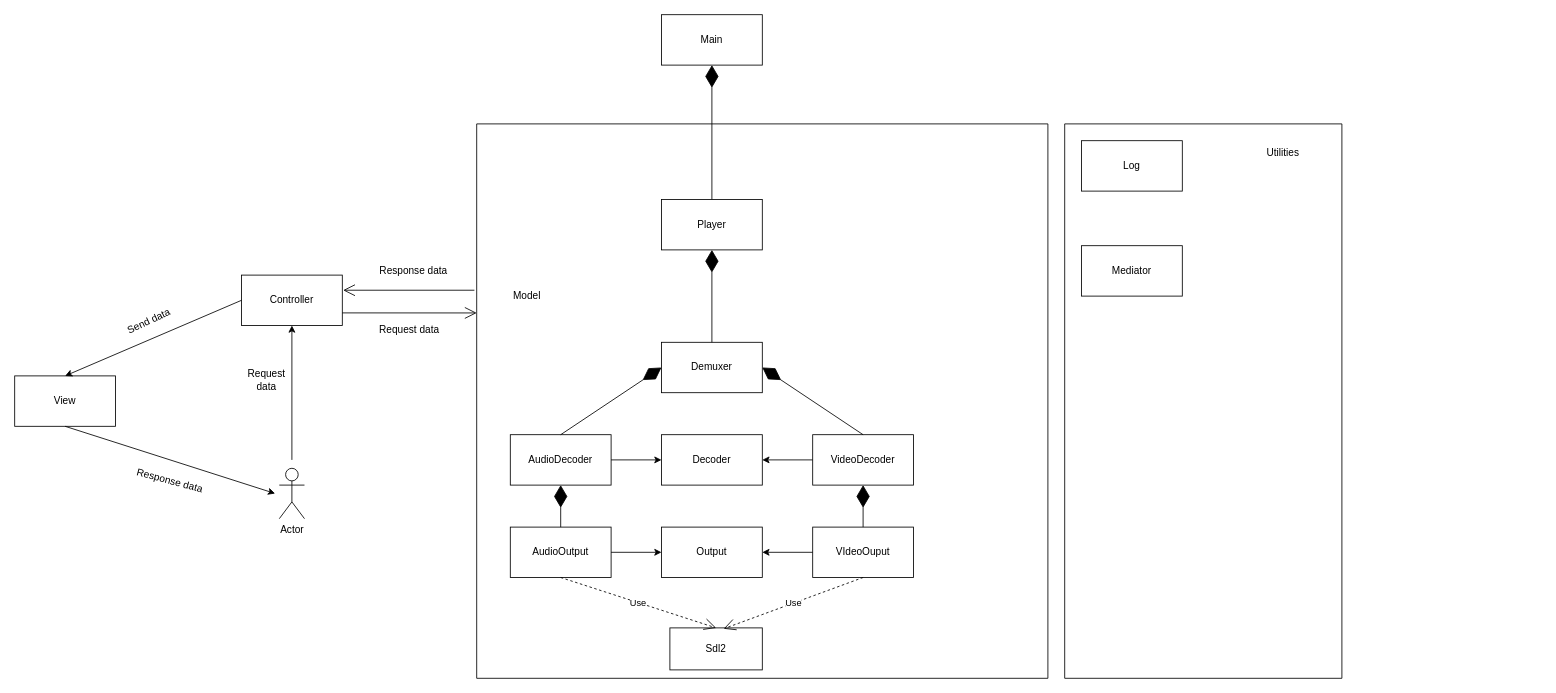
The draw.io diagram document/detail_design.drawio in Huuloc101010/MediaPlayer, before the edit. Source tidied: cells renumbered, new cells numbered last; positions are measured from the earlier drawing's top-left corner, leaving out a move shared by most shapes. Both pictures are drawn from the tidied source at 84%, with x=0, y=0 at pixel (14, 14).
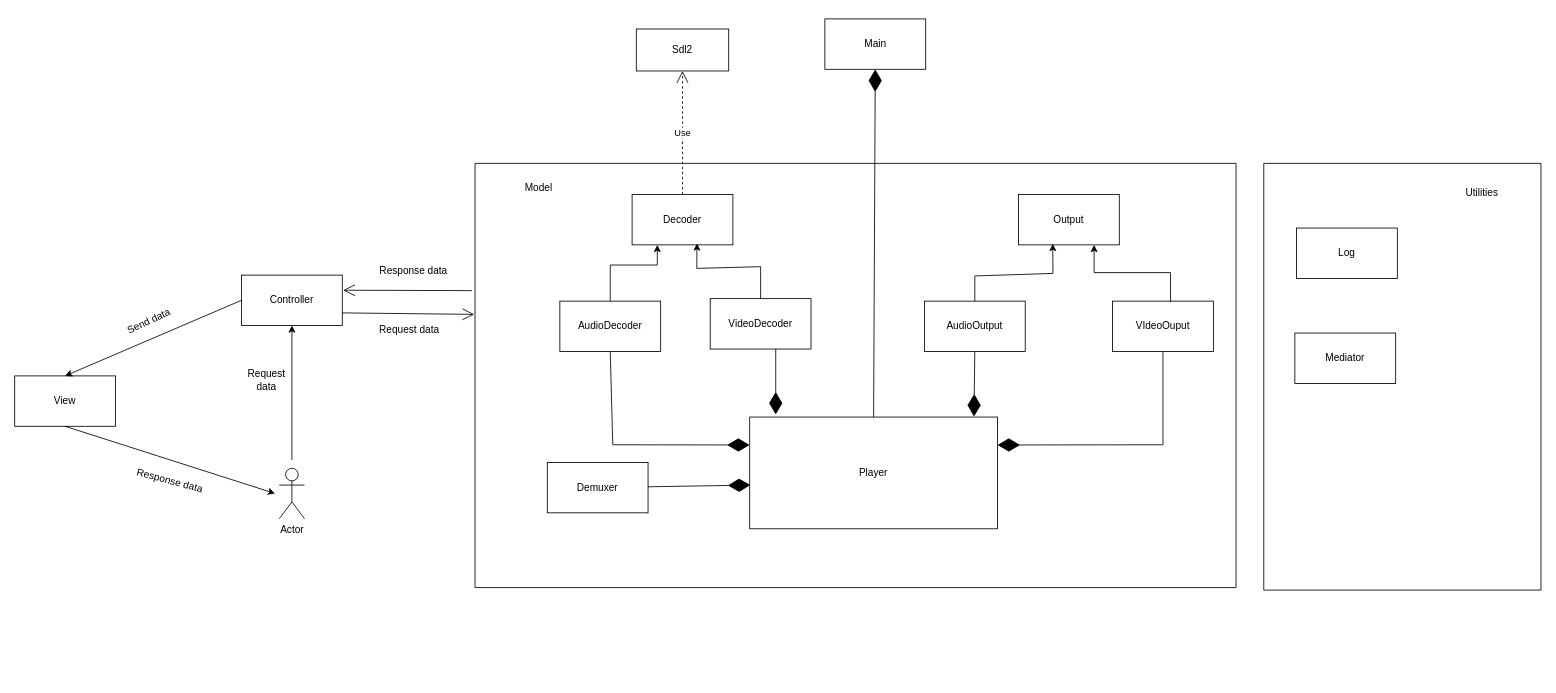
After the change.

Commit message:
update detail design

The change refers to these unchanged cells:
```xml
<mxCell id="28" value="Controller" style="rounded=0;whiteSpace=wrap;html=1;" parent="1" vertex="1">
  <mxGeometry x="270" y="310" width="120" height="60" as="geometry" />
</mxCell>
```

What changed in the source:
```diff
@@
+    <mxCell id="10" value="Main" style="rounded=0;whiteSpace=wrap;html=1;" parent="1" vertex="1">
+      <mxGeometry x="964.5" y="5" width="120" height="60" as="geometry" />
+    </mxCell>
+    <mxCell id="11" style="endArrow=diamondThin;endFill=1;endSize=24;html=1;rounded=0;exitX=0.5;exitY=0;exitDx=0;exitDy=0;entryX=0.5;entryY=1;entryDx=0;entryDy=0;" parent="1" edge="1" source="27" target="10">
+      <mxGeometry relative="1" as="geometry" />
+    </mxCell>
+    <mxCell id="21" value="Sdl2" style="html=1;whiteSpace=wrap;" parent="1" vertex="1">
+      <mxGeometry x="740" y="17" width="110" height="50" as="geometry" />
+    </mxCell>
+    <mxCell id="25" style="swimlane;startSize=0;gradientColor=none;swimlaneFillColor=none;" parent="1" vertex="1">
+      <mxGeometry x="548" y="177" width="906" height="505" as="geometry" />
+    </mxCell>
+    <mxCell id="26" value="Model" style="text;html=1;whiteSpace=wrap;strokeColor=none;fillColor=none;align=center;verticalAlign=middle;rounded=0;" parent="25" vertex="1">
+      <mxGeometry x="46" y="14" width="60" height="30" as="geometry" />
+    </mxCell>
+    <mxCell id="27" value="Player" style="rounded=0;whiteSpace=wrap;html=1;strokeColor=default;fillColor=default;" parent="25" vertex="1">
+      <mxGeometry x="327" y="302" width="295" height="133" as="geometry" />
+    </mxCell>
+    <mxCell id="7" value="VIdeoOuput" style="rounded=0;whiteSpace=wrap;html=1;" parent="25" vertex="1">
+      <mxGeometry x="759" y="164" width="120" height="60" as="geometry" />
+    </mxCell>
+    <mxCell id="8" value="AudioOutput" style="rounded=0;whiteSpace=wrap;html=1;" parent="25" vertex="1">
+      <mxGeometry x="535" y="164" width="120" height="60" as="geometry" />
+    </mxCell>
-    <mxCell id="2" value="Demuxer" style="rounded=0;whiteSpace=wrap;html=1;" parent="1" vertex="1">
-      <mxGeometry x="770" y="390" width="120" height="60" as="geometry" />
+    <mxCell id="2" value="Demuxer" style="rounded=0;whiteSpace=wrap;html=1;" parent="25" vertex="1">
+      <mxGeometry x="86" y="356" width="120" height="60" as="geometry" />
     </mxCell>
-    <mxCell id="3" value="Decoder" style="rounded=0;whiteSpace=wrap;html=1;" parent="1" vertex="1">
-      <mxGeometry x="770" y="500" width="120" height="60" as="geometry" />
+    <mxCell id="3" value="Decoder" style="rounded=0;whiteSpace=wrap;html=1;" parent="25" vertex="1">
+      <mxGeometry x="187" y="37" width="120" height="60" as="geometry" />
     </mxCell>
-    <mxCell id="4" value="VideoDecoder" style="rounded=0;whiteSpace=wrap;html=1;" parent="1" vertex="1">
-      <mxGeometry x="950" y="500" width="120" height="60" as="geometry" />
+    <mxCell id="4" value="VideoDecoder" style="rounded=0;whiteSpace=wrap;html=1;" parent="25" vertex="1">
+      <mxGeometry x="280" y="161" width="120" height="60" as="geometry" />
     </mxCell>
-    <mxCell id="5" value="AudioDecoder" style="rounded=0;whiteSpace=wrap;html=1;" parent="1" vertex="1">
-      <mxGeometry x="590" y="500" width="120" height="60" as="geometry" />
+    <mxCell id="5" value="AudioDecoder" style="rounded=0;whiteSpace=wrap;html=1;" parent="25" vertex="1">
+      <mxGeometry x="101" y="164" width="120" height="60" as="geometry" />
     </mxCell>
-    <mxCell id="6" value="Outp&lt;span style=&quot;background-color: transparent; color: light-dark(rgb(0, 0, 0), rgb(255, 255, 255));&quot;&gt;ut&lt;/span&gt;" style="rounded=0;whiteSpace=wrap;html=1;" parent="1" vertex="1">
-      <mxGeometry x="770" y="610" width="120" height="60" as="geometry" />
+    <mxCell id="6" value="Outp&lt;span style=&quot;background-color: transparent; color: light-dark(rgb(0, 0, 0), rgb(255, 255, 255));&quot;&gt;ut&lt;/span&gt;" style="rounded=0;whiteSpace=wrap;html=1;" parent="25" vertex="1">
+      <mxGeometry x="647" y="37" width="120" height="60" as="geometry" />
     </mxCell>
-    <mxCell id="7" value="VIdeoOuput" style="rounded=0;whiteSpace=wrap;html=1;" parent="1" vertex="1">
-      <mxGeometry x="950" y="610" width="120" height="60" as="geometry" />
-    </mxCell>
-    <mxCell id="8" value="AudioOutput" style="rounded=0;whiteSpace=wrap;html=1;" parent="1" vertex="1">
-      <mxGeometry x="590" y="610" width="120" height="60" as="geometry" />
-    </mxCell>
-    <mxCell id="9" value="Log" style="rounded=0;whiteSpace=wrap;html=1;" parent="1" vertex="1">
-      <mxGeometry x="1270" y="150" width="120" height="60" as="geometry" />
-    </mxCell>
-    <mxCell id="10" value="Main" style="rounded=0;whiteSpace=wrap;html=1;" parent="1" vertex="1">
-      <mxGeometry x="770" width="120" height="60" as="geometry" />
-    </mxCell>
-    <mxCell id="11" style="endArrow=diamondThin;endFill=1;endSize=24;html=1;rounded=0;exitX=0.5;exitY=0;exitDx=0;exitDy=0;entryX=0.5;entryY=1;entryDx=0;entryDy=0;" parent="1" edge="1" source="27" target="10">
-      <mxGeometry relative="1" as="geometry" />
-    </mxCell>
-    <mxCell id="12" style="endArrow=diamondThin;endFill=1;endSize=24;html=1;rounded=0;entryX=0.5;entryY=1;entryDx=0;entryDy=0;exitX=0.5;exitY=0;exitDx=0;exitDy=0;" parent="1" edge="1" source="2" target="27">
-      <mxGeometry relative="1" as="geometry" />
-    </mxCell>
+    <mxCell id="43" style="endArrow=diamondThin;endFill=1;endSize=24;html=1;rounded=0;entryX=0.905;entryY=-0.004;entryDx=0;entryDy=0;entryPerimeter=0;exitX=0.5;exitY=1;exitDx=0;exitDy=0;" parent="25" edge="1" source="8" target="27">
+      <mxGeometry relative="1" as="geometry" />
+    </mxCell>
+    <mxCell id="14" style="endArrow=classic;html=1;rounded=0;entryX=0.25;entryY=1;entryDx=0;entryDy=0;exitX=0.5;exitY=0;exitDx=0;exitDy=0;" parent="25" edge="1" source="5" target="3">
+      <mxGeometry relative="1" as="geometry">
+        <Array as="points">
+          <mxPoint x="161" y="121" />
+          <mxPoint x="217" y="121" />
+        </Array>
+      </mxGeometry>
+    </mxCell>
-    <mxCell id="13" style="endArrow=classic;html=1;rounded=0;exitX=0;exitY=0.5;exitDx=0;exitDy=0;entryX=1;entryY=0.5;entryDx=0;entryDy=0;" parent="1" edge="1" source="4" target="3">
-      <mxGeometry relative="1" as="geometry" />
+    <mxCell id="13" style="endArrow=classic;html=1;rounded=0;entryX=0.644;entryY=0.972;entryDx=0;entryDy=0;entryPerimeter=0;exitX=0.5;exitY=0;exitDx=0;exitDy=0;" parent="25" edge="1" source="4" target="3">
+      <mxGeometry relative="1" as="geometry">
+        <Array as="points">
+          <mxPoint x="340" y="123" />
+          <mxPoint x="264" y="125" />
+        </Array>
+      </mxGeometry>
     </mxCell>
-    <mxCell id="14" style="endArrow=classic;html=1;rounded=0;exitX=1;exitY=0.5;exitDx=0;exitDy=0;entryX=0;entryY=0.5;entryDx=0;entryDy=0;" parent="1" edge="1" source="5" target="3">
-      <mxGeometry relative="1" as="geometry" />
-    </mxCell>
-    <mxCell id="15" style="endArrow=classic;html=1;rounded=0;exitX=1;exitY=0.5;exitDx=0;exitDy=0;entryX=0;entryY=0.5;entryDx=0;entryDy=0;" parent="1" edge="1" source="8" target="6">
-      <mxGeometry relative="1" as="geometry" />
+    <mxCell id="15" style="endArrow=classic;html=1;rounded=0;entryX=0.34;entryY=0.98;entryDx=0;entryDy=0;entryPerimeter=0;exitX=0.5;exitY=0;exitDx=0;exitDy=0;" parent="25" edge="1" source="8" target="6">
+      <mxGeometry relative="1" as="geometry">
+        <Array as="points">
+          <mxPoint x="595" y="134" />
+          <mxPoint x="688" y="131" />
+        </Array>
+      </mxGeometry>
     </mxCell>
-    <mxCell id="16" style="endArrow=classic;html=1;rounded=0;exitX=0;exitY=0.5;exitDx=0;exitDy=0;entryX=1;entryY=0.5;entryDx=0;entryDy=0;" parent="1" edge="1" source="7" target="6">
-      <mxGeometry relative="1" as="geometry" />
+    <mxCell id="16" style="endArrow=classic;html=1;rounded=0;entryX=0.75;entryY=1;entryDx=0;entryDy=0;exitX=0.575;exitY=0.015;exitDx=0;exitDy=0;exitPerimeter=0;" parent="25" edge="1" source="7" target="6">
+      <mxGeometry relative="1" as="geometry">
+        <Array as="points">
+          <mxPoint x="828" y="130" />
+          <mxPoint x="737" y="130" />
+        </Array>
+      </mxGeometry>
     </mxCell>
-    <mxCell id="17" style="endArrow=diamondThin;endFill=1;endSize=24;html=1;rounded=0;exitX=0.5;exitY=0;exitDx=0;exitDy=0;entryX=1;entryY=0.5;entryDx=0;entryDy=0;" parent="1" edge="1" source="4" target="2">
-      <mxGeometry relative="1" as="geometry" />
-    </mxCell>
-    <mxCell id="18" style="endArrow=diamondThin;endFill=1;endSize=24;html=1;rounded=0;exitX=0.5;exitY=0;exitDx=0;exitDy=0;entryX=0;entryY=0.5;entryDx=0;entryDy=0;" parent="1" edge="1" source="5" target="2">
-      <mxGeometry relative="1" as="geometry" />
-    </mxCell>
-    <mxCell id="19" style="endArrow=diamondThin;endFill=1;endSize=24;html=1;rounded=0;exitX=0.5;exitY=0;exitDx=0;exitDy=0;entryX=0.5;entryY=1;entryDx=0;entryDy=0;" parent="1" edge="1" source="8" target="5">
-      <mxGeometry relative="1" as="geometry" />
-    </mxCell>
-    <mxCell id="20" style="endArrow=diamondThin;endFill=1;endSize=24;html=1;rounded=0;exitX=0.5;exitY=0;exitDx=0;exitDy=0;entryX=0.5;entryY=1;entryDx=0;entryDy=0;" parent="1" edge="1" source="7" target="4">
-      <mxGeometry relative="1" as="geometry" />
-    </mxCell>
-    <mxCell id="21" value="Sdl2" style="html=1;whiteSpace=wrap;" parent="1" vertex="1">
-      <mxGeometry x="780" y="730" width="110" height="50" as="geometry" />
-    </mxCell>
-    <mxCell id="22" value="Mediator" style="rounded=0;whiteSpace=wrap;html=1;" parent="1" vertex="1">
-      <mxGeometry x="1270" y="275" width="120" height="60" as="geometry" />
-    </mxCell>
-    <mxCell id="23" value="Use" style="endArrow=open;endSize=12;dashed=1;html=1;rounded=0;exitX=0.5;exitY=1;exitDx=0;exitDy=0;entryX=0.582;entryY=0.02;entryDx=0;entryDy=0;entryPerimeter=0;" parent="1" edge="1" source="7" target="21">
-      <mxGeometry relative="1" as="geometry" />
-    </mxCell>
-    <mxCell id="24" value="Use" style="endArrow=open;endSize=12;dashed=1;html=1;rounded=0;exitX=0.5;exitY=1;exitDx=0;exitDy=0;entryX=0.5;entryY=0;entryDx=0;entryDy=0;" parent="1" edge="1" source="8" target="21">
-      <mxGeometry relative="1" as="geometry" />
-    </mxCell>
-    <mxCell id="25" style="swimlane;startSize=0;gradientColor=none;swimlaneFillColor=none;" parent="1" vertex="1">
-      <mxGeometry x="550" y="130" width="680" height="660" as="geometry" />
-    </mxCell>
-    <mxCell id="26" value="Model" style="text;html=1;whiteSpace=wrap;strokeColor=none;fillColor=none;align=center;verticalAlign=middle;rounded=0;" parent="25" vertex="1">
-      <mxGeometry x="30" y="190" width="60" height="30" as="geometry" />
-    </mxCell>
-    <mxCell id="27" value="Player" style="rounded=0;whiteSpace=wrap;html=1;strokeColor=default;fillColor=default;" parent="25" vertex="1">
-      <mxGeometry x="220" y="90" width="120" height="60" as="geometry" />
-    </mxCell>
+    <mxCell id="44" style="endArrow=diamondThin;endFill=1;endSize=24;html=1;rounded=0;entryX=1;entryY=0.25;entryDx=0;entryDy=0;exitX=0.5;exitY=1;exitDx=0;exitDy=0;" parent="25" edge="1" source="7" target="27">
+      <mxGeometry relative="1" as="geometry">
+        <Array as="points">
+          <mxPoint x="819" y="335" />
+        </Array>
+      </mxGeometry>
+    </mxCell>
+    <mxCell id="45" style="endArrow=diamondThin;endFill=1;endSize=24;html=1;rounded=0;" parent="25" edge="1">
+      <mxGeometry relative="1" as="geometry">
+        <mxPoint x="358" y="221" as="sourcePoint" />
+        <mxPoint x="358" y="299" as="targetPoint" />
+      </mxGeometry>
+    </mxCell>
+    <mxCell id="46" style="endArrow=diamondThin;endFill=1;endSize=24;html=1;rounded=0;entryX=0;entryY=0.25;entryDx=0;entryDy=0;exitX=0.5;exitY=1;exitDx=0;exitDy=0;" parent="25" edge="1" source="5" target="27">
+      <mxGeometry relative="1" as="geometry">
+        <Array as="points">
+          <mxPoint x="164" y="335" />
+        </Array>
+      </mxGeometry>
+    </mxCell>
+    <mxCell id="12" style="endArrow=diamondThin;endFill=1;endSize=24;html=1;rounded=0;entryX=0.003;entryY=0.609;entryDx=0;entryDy=0;entryPerimeter=0;" parent="25" edge="1" source="2" target="27">
+      <mxGeometry relative="1" as="geometry" />
+    </mxCell>
@@
-    <mxCell id="31" style="endArrow=open;endFill=1;endSize=12;html=1;rounded=0;entryX=0;entryY=0.341;entryDx=0;entryDy=0;entryPerimeter=0;exitX=1;exitY=0.75;exitDx=0;exitDy=0;" parent="1" edge="1" source="28" target="25">
+    <mxCell id="31" style="endArrow=open;endFill=1;endSize=12;html=1;rounded=0;entryX=-0.001;entryY=0.356;entryDx=0;entryDy=0;entryPerimeter=0;exitX=1;exitY=0.75;exitDx=0;exitDy=0;" parent="1" edge="1" source="28" target="25">
       <mxGeometry relative="1" as="geometry" />
     </mxCell>
@@
     <mxCell id="41" style="swimlane;startSize=0;" parent="1" vertex="1">
-      <mxGeometry x="1250" y="130" width="330" height="660" as="geometry" />
+      <mxGeometry x="1487" y="177" width="330" height="508" as="geometry" />
     </mxCell>
@@
+    <mxCell id="22" value="Mediator" style="rounded=0;whiteSpace=wrap;html=1;" parent="41" vertex="1">
+      <mxGeometry x="37" y="202" width="120" height="60" as="geometry" />
+    </mxCell>
+    <mxCell id="9" value="Log" style="rounded=0;whiteSpace=wrap;html=1;" parent="41" vertex="1">
+      <mxGeometry x="39" y="77" width="120" height="60" as="geometry" />
+    </mxCell>
+    <mxCell id="47" value="Use" style="endArrow=open;endSize=12;dashed=1;html=1;rounded=0;entryX=0.5;entryY=1;entryDx=0;entryDy=0;" parent="1" edge="1" source="3" target="21">
+      <mxGeometry x="-0.01" relative="1" as="geometry" />
+    </mxCell>
```
